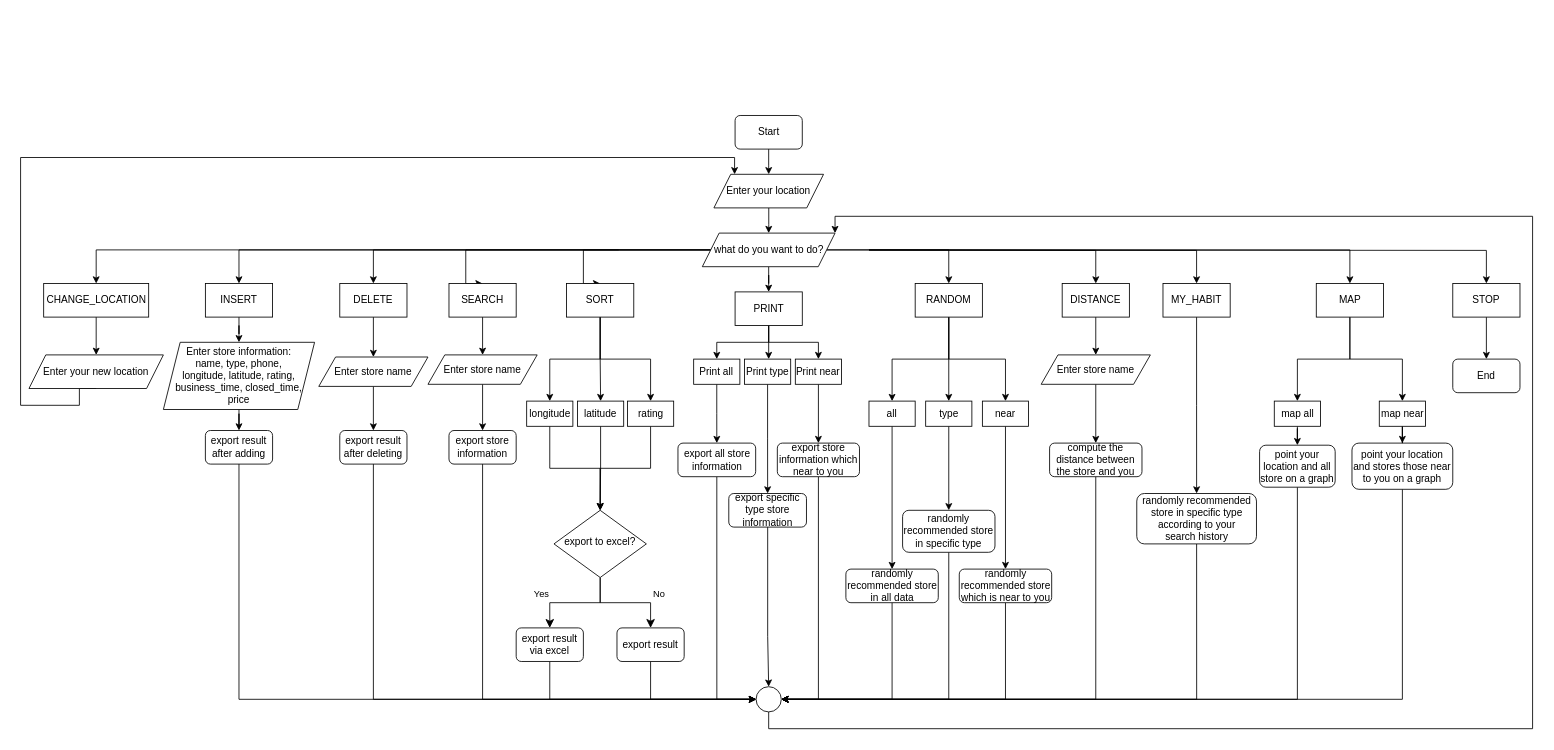
Earlier version of the draw.io diagram Untitled Diagram.drawio (TzuyenHuang/final_project-Structure_chart). Source tidied: cells renumbered, new cells numbered last; positions are measured from the earlier drawing's top-left corner, leaving out a move shared by most shapes. Both pictures are drawn from the tidied source at 84%, with x=0, y=0 at pixel (20, 115).
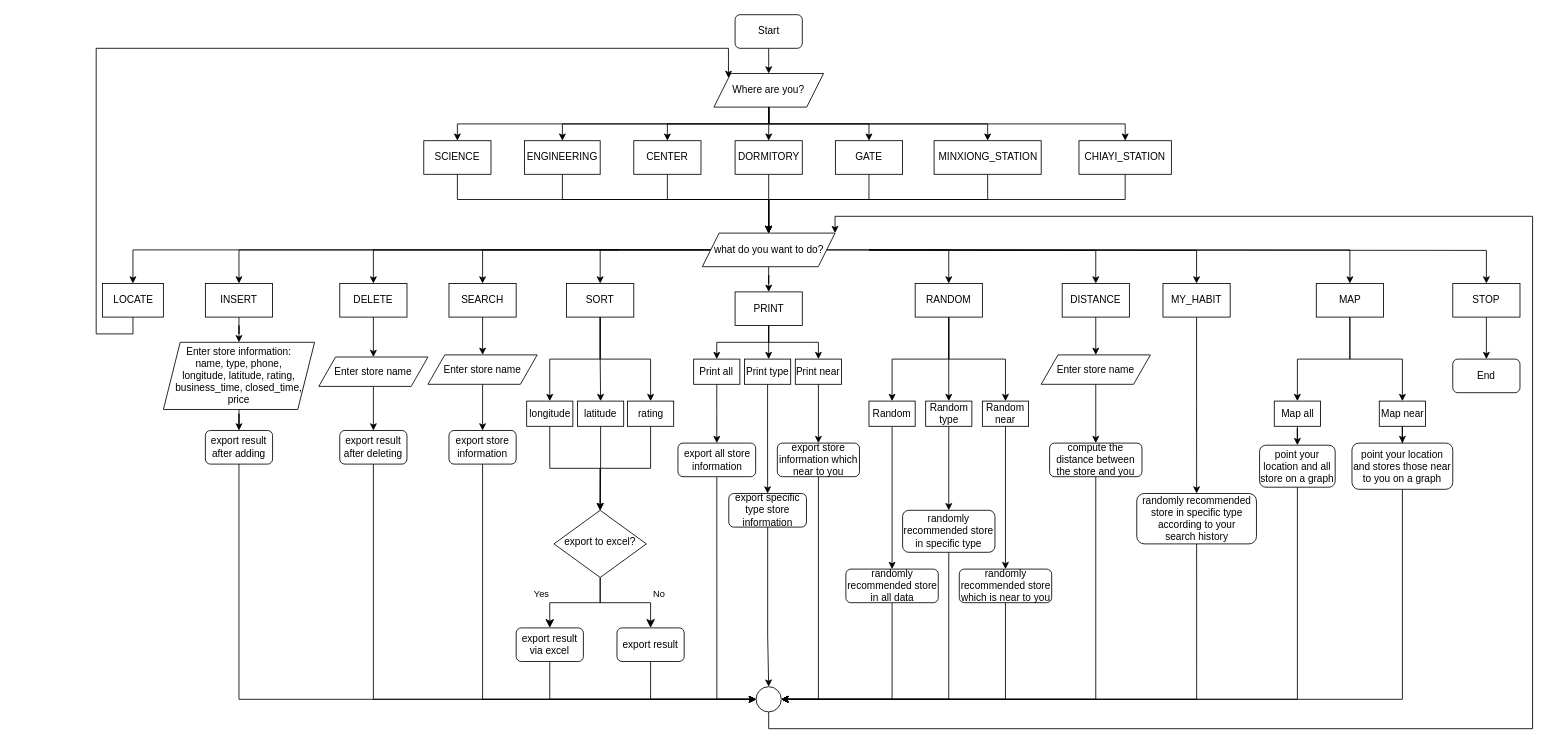
After the change.

The change refers to these unchanged cells:
```xml
<mxCell id="15" value="what do you want to do?" style="shape=parallelogram;perimeter=parallelogramPerimeter;whiteSpace=wrap;html=1;fixedSize=1;rounded=0;" parent="1" vertex="1">
  <mxGeometry x="811.6" y="140" width="158" height="40" as="geometry" />
</mxCell>
<mxCell id="31" value="SORT" style="rounded=0;whiteSpace=wrap;html=1;fontSize=12;glass=0;strokeWidth=1;shadow=0;" parent="1" vertex="1">
  <mxGeometry x="650" y="200" width="80" height="40" as="geometry" />
</mxCell>
<mxCell id="35" value="SEARCH" style="rounded=0;whiteSpace=wrap;html=1;fontSize=12;glass=0;strokeWidth=1;shadow=0;" parent="1" vertex="1">
  <mxGeometry x="510" y="200" width="80" height="40" as="geometry" />
</mxCell>
```

The edit, as a diff of the source:
```diff
@@
-    <mxCell id="2" style="edgeStyle=orthogonalEdgeStyle;rounded=0;jettySize=auto;html=1;endArrow=classic;endFill=1;entryX=0.5;entryY=0;entryDx=0;entryDy=0;" parent="1" edge="1" source="3" target="15">
-      <mxGeometry relative="1" as="geometry" />
-    </mxCell>
+    <mxCell id="115" style="edgeStyle=orthogonalEdgeStyle;rounded=0;jettySize=auto;html=1;entryX=0.5;entryY=0;entryDx=0;entryDy=0;" parent="1" edge="1" source="3" target="129">
+      <mxGeometry relative="1" as="geometry" />
+    </mxCell>
+    <mxCell id="116" style="edgeStyle=orthogonalEdgeStyle;rounded=0;jettySize=auto;html=1;entryX=0.5;entryY=0;entryDx=0;entryDy=0;exitX=0.5;exitY=1;exitDx=0;exitDy=0;" parent="1" edge="1" source="3" target="127">
+      <mxGeometry relative="1" as="geometry" />
+    </mxCell>
+    <mxCell id="117" style="edgeStyle=orthogonalEdgeStyle;rounded=0;jettySize=auto;html=1;entryX=0.5;entryY=0;entryDx=0;entryDy=0;exitX=0.5;exitY=1;exitDx=0;exitDy=0;" parent="1" edge="1" source="3" target="125">
+      <mxGeometry relative="1" as="geometry" />
+    </mxCell>
+    <mxCell id="118" style="edgeStyle=orthogonalEdgeStyle;rounded=0;jettySize=auto;html=1;entryX=0.5;entryY=0;entryDx=0;entryDy=0;exitX=0.5;exitY=1;exitDx=0;exitDy=0;" parent="1" edge="1" source="3" target="123">
+      <mxGeometry relative="1" as="geometry" />
+    </mxCell>
+    <mxCell id="119" style="edgeStyle=orthogonalEdgeStyle;rounded=0;jettySize=auto;html=1;entryX=0.5;entryY=0;entryDx=0;entryDy=0;exitX=0.5;exitY=1;exitDx=0;exitDy=0;" parent="1" edge="1" source="3" target="131">
+      <mxGeometry relative="1" as="geometry" />
+    </mxCell>
+    <mxCell id="120" style="edgeStyle=orthogonalEdgeStyle;rounded=0;jettySize=auto;html=1;entryX=0.5;entryY=0;entryDx=0;entryDy=0;exitX=0.5;exitY=1;exitDx=0;exitDy=0;" parent="1" edge="1" source="3" target="135">
+      <mxGeometry relative="1" as="geometry" />
+    </mxCell>
+    <mxCell id="121" style="edgeStyle=orthogonalEdgeStyle;rounded=0;jettySize=auto;html=1;entryX=0.5;entryY=0;entryDx=0;entryDy=0;exitX=0.5;exitY=1;exitDx=0;exitDy=0;" parent="1" edge="1" source="3" target="133">
+      <mxGeometry relative="1" as="geometry" />
+    </mxCell>
-    <mxCell id="3" value="Enter your location" style="shape=parallelogram;perimeter=parallelogramPerimeter;whiteSpace=wrap;html=1;fixedSize=1;rounded=0;" parent="1" vertex="1">
-      <mxGeometry x="825.4" y="70" width="130.5" height="40" as="geometry" />
+    <mxCell id="3" value="Where are you?" style="shape=parallelogram;perimeter=parallelogramPerimeter;whiteSpace=wrap;html=1;fixedSize=1;rounded=0;" parent="1" vertex="1">
+      <mxGeometry x="825.4" y="-50" width="130.5" height="40" as="geometry" />
     </mxCell>
@@
     <mxCell id="7" style="edgeStyle=orthogonalEdgeStyle;rounded=0;jettySize=auto;html=1;entryX=0.5;entryY=0;entryDx=0;entryDy=0;" parent="1" edge="1" source="15" target="35">
       <mxGeometry relative="1" as="geometry">
         <Array as="points">
-          <mxPoint x="530" y="160" />
+          <mxPoint x="550" y="160" />
         </Array>
       </mxGeometry>
     </mxCell>
     <mxCell id="8" style="edgeStyle=orthogonalEdgeStyle;rounded=0;jettySize=auto;html=1;entryX=0.5;entryY=0;entryDx=0;entryDy=0;entryPerimeter=0;exitX=0;exitY=0.5;exitDx=0;exitDy=0;" parent="1" edge="1" target="31">
       <mxGeometry relative="1" as="geometry">
         <mxPoint x="712" y="160" as="sourcePoint" />
         <Array as="points">
-          <mxPoint x="670" y="160" />
+          <mxPoint x="690" y="160" />
         </Array>
       </mxGeometry>
     </mxCell>
@@
-    <mxCell id="60" value="all" style="rounded=0;whiteSpace=wrap;html=1;fontSize=12;glass=0;strokeWidth=1;shadow=0;" parent="1" vertex="1">
+    <mxCell id="60" value="Random" style="rounded=0;whiteSpace=wrap;html=1;fontSize=12;glass=0;strokeWidth=1;shadow=0;" parent="1" vertex="1">
       <mxGeometry x="1010" y="340" width="55" height="30" as="geometry" />
     </mxCell>
@@
-    <mxCell id="62" value="type" style="rounded=0;whiteSpace=wrap;html=1;fontSize=12;glass=0;strokeWidth=1;shadow=0;" parent="1" vertex="1">
+    <mxCell id="62" value="Random type" style="rounded=0;whiteSpace=wrap;html=1;fontSize=12;glass=0;strokeWidth=1;shadow=0;" parent="1" vertex="1">
       <mxGeometry x="1077.5" y="340" width="55" height="30" as="geometry" />
     </mxCell>
@@
-    <mxCell id="64" value="near" style="rounded=0;whiteSpace=wrap;html=1;fontSize=12;glass=0;strokeWidth=1;shadow=0;" parent="1" vertex="1">
+    <mxCell id="64" value="Random&lt;br&gt;near" style="rounded=0;whiteSpace=wrap;html=1;fontSize=12;glass=0;strokeWidth=1;shadow=0;" parent="1" vertex="1">
       <mxGeometry x="1145" y="340" width="55" height="30" as="geometry" />
     </mxCell>
@@
     <mxCell id="79" value="Start" style="rounded=1;whiteSpace=wrap;html=1;fontSize=12;glass=0;strokeWidth=1;shadow=0;" parent="1" vertex="1">
-      <mxGeometry x="850.6" width="80" height="40" as="geometry" />
+      <mxGeometry x="850.6" y="-120" width="80" height="40" as="geometry" />
     </mxCell>
@@
-    <mxCell id="107" style="edgeStyle=orthogonalEdgeStyle;rounded=0;jettySize=auto;html=1;entryX=0.5;entryY=0;entryDx=0;entryDy=0;" parent="1" edge="1" source="108" target="110">
-      <mxGeometry relative="1" as="geometry" />
-    </mxCell>
-    <mxCell id="108" value="CHANGE_LOCATION" style="rounded=0;whiteSpace=wrap;html=1;fontSize=12;glass=0;strokeWidth=1;shadow=0;" parent="1" vertex="1">
-      <mxGeometry x="27.5" y="200" width="125" height="40" as="geometry" />
+    <mxCell id="108" value="LOCATE" style="rounded=0;whiteSpace=wrap;html=1;fontSize=12;glass=0;strokeWidth=1;shadow=0;" parent="1" vertex="1">
+      <mxGeometry x="97.5" y="200" width="72.5" height="40" as="geometry" />
     </mxCell>
-    <mxCell id="109" style="edgeStyle=orthogonalEdgeStyle;rounded=0;jettySize=auto;html=1;exitX=0.5;exitY=1;exitDx=0;exitDy=0;" parent="1" edge="1" source="110">
+    <mxCell id="109" style="edgeStyle=orthogonalEdgeStyle;rounded=0;jettySize=auto;html=1;exitX=0.5;exitY=1;exitDx=0;exitDy=0;entryX=0;entryY=0;entryDx=0;entryDy=0;" parent="1" edge="1" source="108" target="3">
       <mxGeometry relative="1" as="geometry">
-        <mxPoint x="850" y="70" as="targetPoint" />
         <Array as="points">
-          <mxPoint x="70" y="325" />
-          <mxPoint x="70" y="345" />
-          <mxPoint y="345" />
-          <mxPoint y="50" />
-          <mxPoint x="850" y="50" />
+          <mxPoint x="134" y="260" />
+          <mxPoint x="90" y="260" />
+          <mxPoint x="90" y="-80" />
+          <mxPoint x="843" y="-80" />
         </Array>
       </mxGeometry>
     </mxCell>
-    <mxCell id="110" value="Enter your new location" style="shape=parallelogram;perimeter=parallelogramPerimeter;whiteSpace=wrap;html=1;fixedSize=1;rounded=0;" parent="1" vertex="1">
-      <mxGeometry x="10" y="285" width="160" height="40" as="geometry" />
-    </mxCell>
@@
-    <mxCell id="112" value="map all" style="rounded=0;whiteSpace=wrap;html=1;fontSize=12;glass=0;strokeWidth=1;shadow=0;" parent="1" vertex="1">
+    <mxCell id="112" value="Map all" style="rounded=0;whiteSpace=wrap;html=1;fontSize=12;glass=0;strokeWidth=1;shadow=0;" parent="1" vertex="1">
       <mxGeometry x="1492.5" y="340" width="55" height="30" as="geometry" />
     </mxCell>
@@
-    <mxCell id="114" value="map near" style="rounded=0;whiteSpace=wrap;html=1;fontSize=12;glass=0;strokeWidth=1;shadow=0;" parent="1" vertex="1">
+    <mxCell id="114" value="Map near" style="rounded=0;whiteSpace=wrap;html=1;fontSize=12;glass=0;strokeWidth=1;shadow=0;" parent="1" vertex="1">
       <mxGeometry x="1617.5" y="340" width="55" height="30" as="geometry" />
     </mxCell>
+    <mxCell id="122" style="edgeStyle=orthogonalEdgeStyle;rounded=0;jettySize=auto;html=1;entryX=0.5;entryY=0;entryDx=0;entryDy=0;exitX=0.5;exitY=1;exitDx=0;exitDy=0;" parent="1" edge="1" source="123" target="15">
+      <mxGeometry relative="1" as="geometry">
+        <Array as="points">
+          <mxPoint x="520" y="100" />
+          <mxPoint x="891" y="100" />
+        </Array>
+      </mxGeometry>
+    </mxCell>
+    <mxCell id="123" value="SCIENCE" style="rounded=0;whiteSpace=wrap;html=1;fontSize=12;glass=0;strokeWidth=1;shadow=0;" parent="1" vertex="1">
+      <mxGeometry x="480" y="30" width="80" height="40" as="geometry" />
+    </mxCell>
+    <mxCell id="124" style="edgeStyle=orthogonalEdgeStyle;rounded=0;jettySize=auto;html=1;entryX=0.5;entryY=0;entryDx=0;entryDy=0;exitX=0.5;exitY=1;exitDx=0;exitDy=0;" parent="1" edge="1" source="125" target="15">
+      <mxGeometry relative="1" as="geometry">
+        <Array as="points">
+          <mxPoint x="645" y="100" />
+          <mxPoint x="891" y="100" />
+        </Array>
+      </mxGeometry>
+    </mxCell>
+    <mxCell id="125" value="ENGINEERING" style="rounded=0;whiteSpace=wrap;html=1;fontSize=12;glass=0;strokeWidth=1;shadow=0;" parent="1" vertex="1">
+      <mxGeometry x="600" y="30" width="90" height="40" as="geometry" />
+    </mxCell>
+    <mxCell id="126" style="edgeStyle=orthogonalEdgeStyle;rounded=0;jettySize=auto;html=1;entryX=0.5;entryY=0;entryDx=0;entryDy=0;exitX=0.5;exitY=1;exitDx=0;exitDy=0;" parent="1" edge="1" source="127" target="15">
+      <mxGeometry relative="1" as="geometry">
+        <Array as="points">
+          <mxPoint x="770" y="100" />
+          <mxPoint x="891" y="100" />
+        </Array>
+      </mxGeometry>
+    </mxCell>
+    <mxCell id="127" value="CENTER" style="rounded=0;whiteSpace=wrap;html=1;fontSize=12;glass=0;strokeWidth=1;shadow=0;" parent="1" vertex="1">
+      <mxGeometry x="730" y="30" width="80" height="40" as="geometry" />
+    </mxCell>
+    <mxCell id="128" style="edgeStyle=orthogonalEdgeStyle;rounded=0;jettySize=auto;html=1;entryX=0.5;entryY=0;entryDx=0;entryDy=0;" parent="1" edge="1" source="129" target="15">
+      <mxGeometry relative="1" as="geometry" />
+    </mxCell>
+    <mxCell id="129" value="DORMITORY" style="rounded=0;whiteSpace=wrap;html=1;fontSize=12;glass=0;strokeWidth=1;shadow=0;" parent="1" vertex="1">
+      <mxGeometry x="850.6" y="30" width="80" height="40" as="geometry" />
+    </mxCell>
+    <mxCell id="130" style="edgeStyle=orthogonalEdgeStyle;rounded=0;jettySize=auto;html=1;entryX=0.5;entryY=0;entryDx=0;entryDy=0;exitX=0.5;exitY=1;exitDx=0;exitDy=0;" parent="1" edge="1" source="131" target="15">
+      <mxGeometry relative="1" as="geometry">
+        <Array as="points">
+          <mxPoint x="1010" y="100" />
+          <mxPoint x="891" y="100" />
+        </Array>
+      </mxGeometry>
+    </mxCell>
+    <mxCell id="131" value="GATE" style="rounded=0;whiteSpace=wrap;html=1;fontSize=12;glass=0;strokeWidth=1;shadow=0;" parent="1" vertex="1">
+      <mxGeometry x="970" y="30" width="80" height="40" as="geometry" />
+    </mxCell>
+    <mxCell id="132" style="edgeStyle=orthogonalEdgeStyle;rounded=0;jettySize=auto;html=1;entryX=0.5;entryY=0;entryDx=0;entryDy=0;exitX=0.5;exitY=1;exitDx=0;exitDy=0;" parent="1" edge="1" source="133" target="15">
+      <mxGeometry relative="1" as="geometry">
+        <Array as="points">
+          <mxPoint x="1315" y="100" />
+          <mxPoint x="891" y="100" />
+        </Array>
+      </mxGeometry>
+    </mxCell>
+    <mxCell id="133" value="CHIAYI_STATION" style="rounded=0;whiteSpace=wrap;html=1;fontSize=12;glass=0;strokeWidth=1;shadow=0;" parent="1" vertex="1">
+      <mxGeometry x="1260" y="30" width="110" height="40" as="geometry" />
+    </mxCell>
+    <mxCell id="134" style="edgeStyle=orthogonalEdgeStyle;rounded=0;jettySize=auto;html=1;entryX=0.5;entryY=0;entryDx=0;entryDy=0;exitX=0.5;exitY=1;exitDx=0;exitDy=0;" parent="1" edge="1" source="135" target="15">
+      <mxGeometry relative="1" as="geometry">
+        <Array as="points">
+          <mxPoint x="1151" y="100" />
+          <mxPoint x="891" y="100" />
+        </Array>
+      </mxGeometry>
+    </mxCell>
+    <mxCell id="135" value="MINXIONG_STATION" style="rounded=0;whiteSpace=wrap;html=1;fontSize=12;glass=0;strokeWidth=1;shadow=0;" parent="1" vertex="1">
+      <mxGeometry x="1087.5" y="30" width="127.5" height="40" as="geometry" />
+    </mxCell>
```
